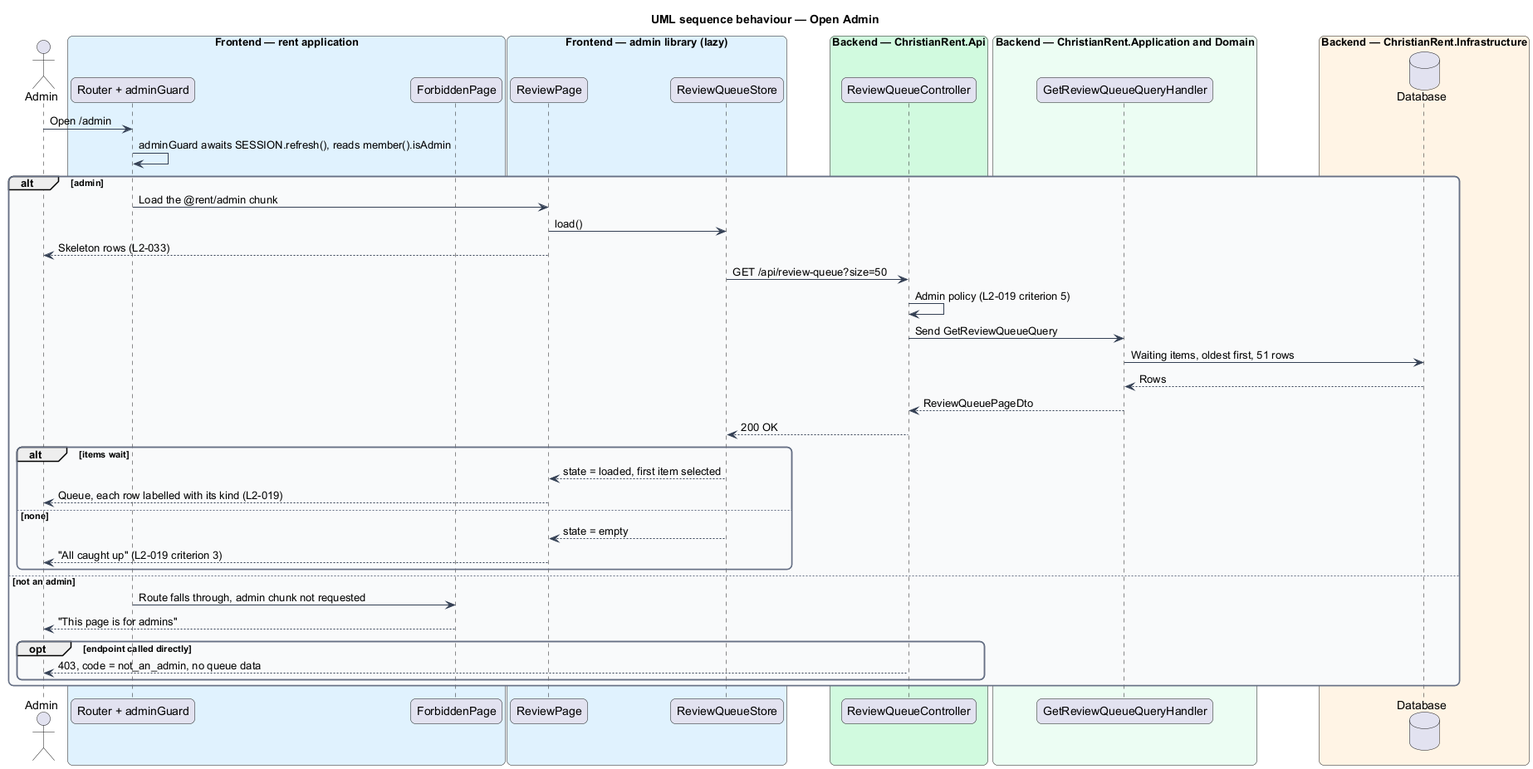
The PlantUML diagram docs/detailed-designs/review/view-review-queue/diagrams/sequence-open-queue.png in QuinntyneBrown/christian-rent, before a commit.
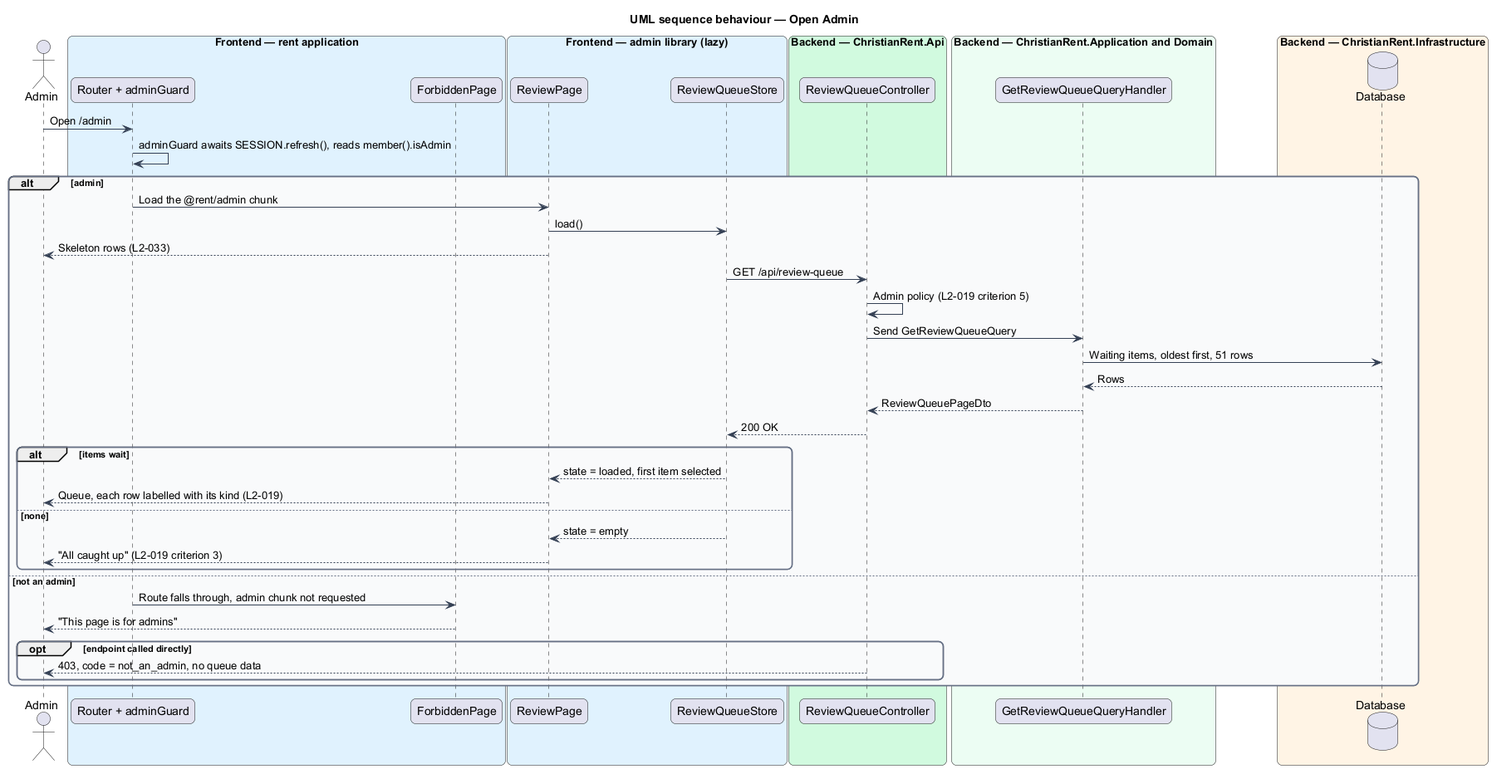
The same diagram one commit later.

What changed in the source:
```diff
@@ -38,7 +38,7 @@
   router -> page : Load the @rent/admin chunk
   page -> store : load()
   page --> actor : Skeleton rows (L2-033)
-  store -> ctrl : GET /api/review-queue?size=50
+  store -> ctrl : GET /api/review-queue
   ctrl -> ctrl : Admin policy (L2-019 criterion 5)
   ctrl -> handler : Send GetReviewQueueQuery
   handler -> db : Waiting items, oldest first, 51 rows
```
